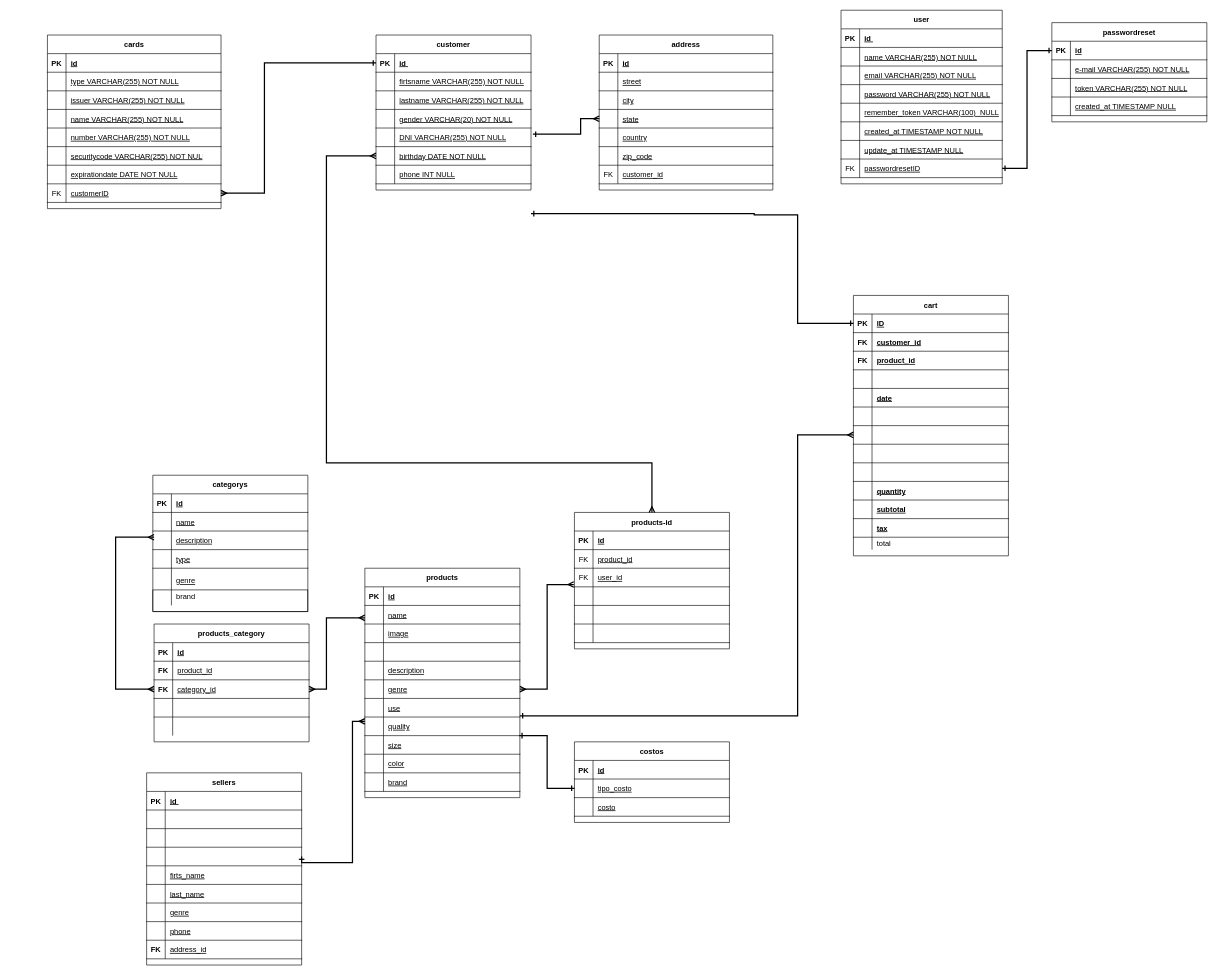
The draw.io diagram Untitled Diagram.drawio in canetemauricio/equipo11, before the edit. Source tidied: cells renumbered, new cells numbered last; positions are measured from the earlier drawing's top-left corner, leaving out a move shared by most shapes. Both pictures are drawn from the tidied source at 62%, with x=0, y=0 at pixel (47, 10).
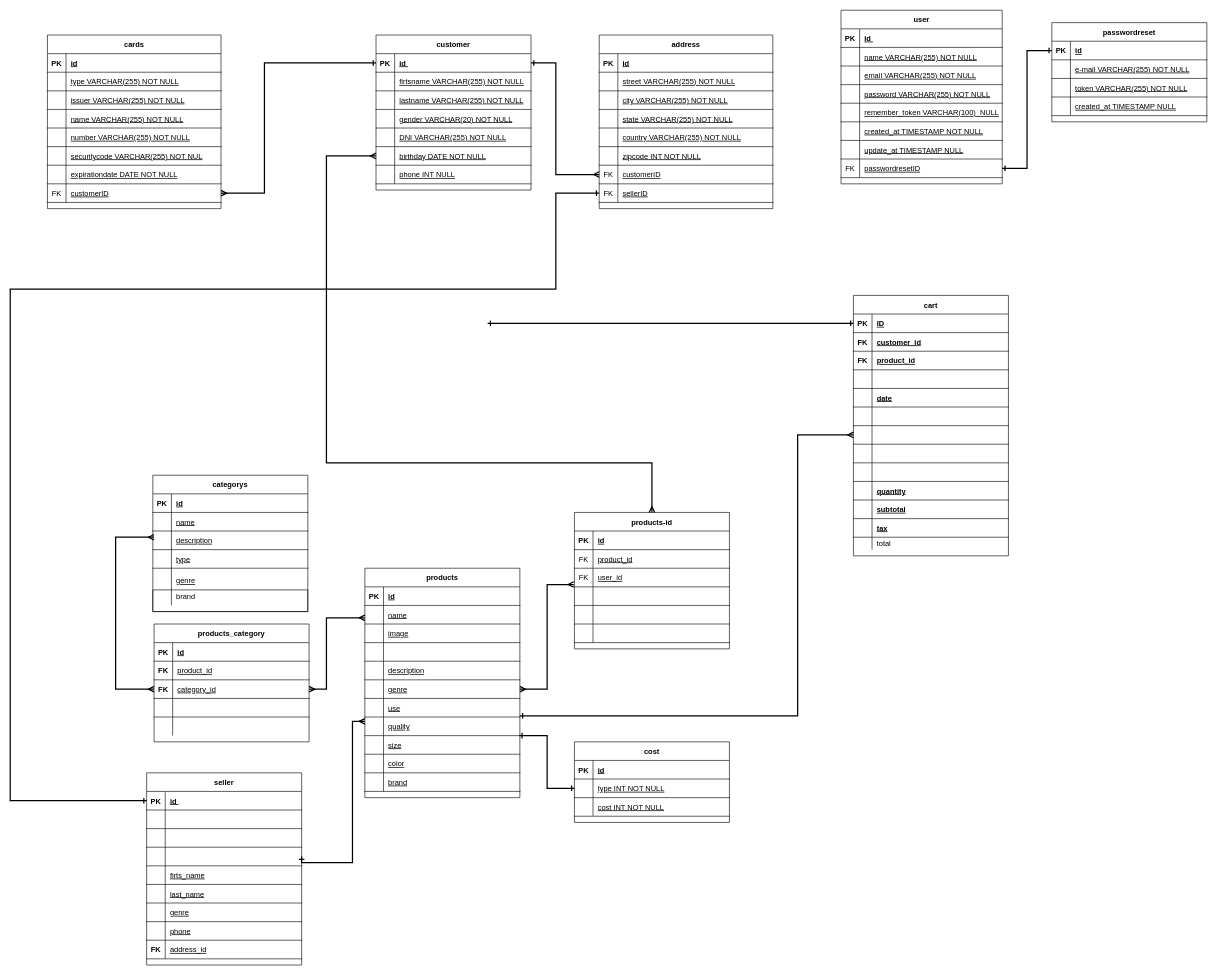
Above is the later version.

Unchanged cells that the change refers to:
```xml
<mxCell id="4" style="shape=partialRectangle;fillColor=none;points=[[0,0.5],[1,0.5]];portConstraint=eastwest;top=0;left=0;right=0;bottom=1;" parent="3" vertex="1">
  <mxGeometry y="30" width="250" height="30" as="geometry" />
</mxCell>
<mxCell id="60" style="shape=partialRectangle;fillColor=none;points=[[0,0.5],[1,0.5]];portConstraint=eastwest;top=0;left=0;right=0;bottom=1;" parent="59" vertex="1">
  <mxGeometry y="30" width="250" height="30" as="geometry" />
</mxCell>
<mxCell id="128" style="shape=partialRectangle;fillColor=none;top=0;left=0;right=0;bottom=1;fontStyle=0;" parent="124" vertex="1">
  <mxGeometry y="60" width="280" height="30" as="geometry" />
</mxCell>
<mxCell id="131" style="shape=partialRectangle;fillColor=none;top=0;left=0;right=0;bottom=1;fontStyle=0;" parent="124" vertex="1">
  <mxGeometry y="90" width="280" height="30" as="geometry" />
</mxCell>
<mxCell id="134" style="shape=partialRectangle;fillColor=none;points=[[0,0.5],[1,0.5]];portConstraint=eastwest;top=0;left=0;right=0;bottom=1;fontStyle=0;" parent="124" vertex="1">
  <mxGeometry y="120" width="280" height="30" as="geometry" />
</mxCell>
<mxCell id="137" style="shape=partialRectangle;fillColor=none;top=0;left=0;right=0;bottom=1;fontStyle=0;" parent="124" vertex="1">
  <mxGeometry y="150" width="280" height="30" as="geometry" />
</mxCell>
<mxCell id="140" style="shape=partialRectangle;fillColor=none;top=0;left=0;right=0;bottom=1;fontStyle=0;" parent="124" vertex="1">
  <mxGeometry y="180" width="280" height="30" as="geometry" />
</mxCell>
<mxCell id="143" style="shape=partialRectangle;fillColor=none;points=[[0,0.5],[1,0.5]];portConstraint=eastwest;top=0;left=0;right=0;bottom=1;fontStyle=0;" parent="124" vertex="1">
  <mxGeometry y="210" width="280" height="30" as="geometry" />
</mxCell>
<mxCell id="214" style="shape=partialRectangle;fillColor=none;points=[[0,0.5],[1,0.5]];portConstraint=eastwest;top=0;left=0;right=0;bottom=1;" parent="213" vertex="1">
  <mxGeometry y="30" width="250" height="30" as="geometry" />
</mxCell>
<mxCell id="285" style="shape=partialRectangle;fillColor=none;points=[[0,0.5],[1,0.5]];portConstraint=eastwest;top=0;left=0;right=0;bottom=1;" parent="281" vertex="1">
  <mxGeometry y="60" width="250" height="30" as="geometry" />
</mxCell>
<mxCell id="288" style="shape=partialRectangle;fillColor=none;top=0;left=0;right=0;bottom=1;fontStyle=0;" parent="281" vertex="1">
  <mxGeometry y="90" width="250" height="30" as="geometry" />
</mxCell>
```

What changed in the source:
```diff
@@
     <mxCell id="124" value="address" style="shape=table;startSize=30;childLayout=tableLayout;rowLines=0;fontStyle=1;align=center;" parent="1" vertex="1">
-      <mxGeometry x="890" y="40" width="280" height="250" as="geometry" />
+      <mxGeometry x="890" y="40" width="280" height="280" as="geometry" />
     </mxCell>
@@
-    <mxCell id="130" value="street" style="shape=partialRectangle;overflow=hidden;fillColor=none;top=0;left=0;bottom=0;right=0;align=left;spacingLeft=6;fontStyle=4;" parent="128" vertex="1">
+    <mxCell id="130" value="street VARCHAR(255) NOT NULL" style="shape=partialRectangle;overflow=hidden;fillColor=none;top=0;left=0;bottom=0;right=0;align=left;spacingLeft=6;fontStyle=4;" parent="128" vertex="1">
       <mxGeometry x="30" width="250" height="30" as="geometry" />
     </mxCell>
@@
-    <mxCell id="133" value="city" style="shape=partialRectangle;overflow=hidden;fillColor=none;top=0;left=0;bottom=0;right=0;align=left;spacingLeft=6;fontStyle=4;" parent="131" vertex="1">
+    <mxCell id="133" value="city VARCHAR(255) NOT NULL" style="shape=partialRectangle;overflow=hidden;fillColor=none;top=0;left=0;bottom=0;right=0;align=left;spacingLeft=6;fontStyle=4;" parent="131" vertex="1">
       <mxGeometry x="30" width="250" height="30" as="geometry" />
     </mxCell>
@@
-    <mxCell id="136" value="state" style="shape=partialRectangle;overflow=hidden;fillColor=none;top=0;left=0;bottom=0;right=0;align=left;spacingLeft=6;fontStyle=4;" parent="134" vertex="1">
+    <mxCell id="136" value="state VARCHAR(255) NOT NULL" style="shape=partialRectangle;overflow=hidden;fillColor=none;top=0;left=0;bottom=0;right=0;align=left;spacingLeft=6;fontStyle=4;" parent="134" vertex="1">
       <mxGeometry x="30" width="250" height="30" as="geometry" />
     </mxCell>
@@
-    <mxCell id="139" value="country" style="shape=partialRectangle;overflow=hidden;fillColor=none;top=0;left=0;bottom=0;right=0;align=left;spacingLeft=6;fontStyle=4;" parent="137" vertex="1">
+    <mxCell id="139" value="country VARCHAR(255) NOT NULL" style="shape=partialRectangle;overflow=hidden;fillColor=none;top=0;left=0;bottom=0;right=0;align=left;spacingLeft=6;fontStyle=4;" parent="137" vertex="1">
       <mxGeometry x="30" width="250" height="30" as="geometry" />
     </mxCell>
@@
-    <mxCell id="142" value="zip_code" style="shape=partialRectangle;overflow=hidden;fillColor=none;top=0;left=0;bottom=0;right=0;align=left;spacingLeft=6;fontStyle=4;" parent="140" vertex="1">
+    <mxCell id="142" value="zipcode INT NOT NULL" style="shape=partialRectangle;overflow=hidden;fillColor=none;top=0;left=0;bottom=0;right=0;align=left;spacingLeft=6;fontStyle=4;" parent="140" vertex="1">
       <mxGeometry x="30" width="250" height="30" as="geometry" />
     </mxCell>
@@
-    <mxCell id="145" value="customer_id" style="shape=partialRectangle;overflow=hidden;fillColor=none;top=0;left=0;bottom=0;right=0;align=left;spacingLeft=6;fontStyle=4;" parent="143" vertex="1">
+    <mxCell id="145" value="customerID" style="shape=partialRectangle;overflow=hidden;fillColor=none;top=0;left=0;bottom=0;right=0;align=left;spacingLeft=6;fontStyle=4;" parent="143" vertex="1">
       <mxGeometry x="30" width="250" height="30" as="geometry" />
     </mxCell>
+    <mxCell id="296" style="shape=partialRectangle;fillColor=none;points=[[0,0.5],[1,0.5]];portConstraint=eastwest;top=0;left=0;right=0;bottom=1;fontStyle=0;" parent="124" vertex="1">
+      <mxGeometry y="240" width="280" height="30" as="geometry" />
+    </mxCell>
+    <mxCell id="297" value="FK" style="shape=partialRectangle;overflow=hidden;fillColor=none;top=0;left=0;bottom=0;right=0;fontStyle=0;" parent="296" vertex="1">
+      <mxGeometry width="30" height="30" as="geometry" />
+    </mxCell>
+    <mxCell id="298" value="sellerID" style="shape=partialRectangle;overflow=hidden;fillColor=none;top=0;left=0;bottom=0;right=0;align=left;spacingLeft=6;fontStyle=4;" parent="296" vertex="1">
+      <mxGeometry x="30" width="250" height="30" as="geometry" />
+    </mxCell>
@@
-    <mxCell id="212" style="edgeStyle=orthogonalEdgeStyle;rounded=0;jettySize=auto;html=1;startArrow=ERmany;startFill=0;endArrow=ERone;endFill=0;strokeWidth=2;exitX=0;exitY=0.5;exitDx=0;exitDy=0;" parent="1" edge="1" source="134">
+    <mxCell id="212" style="edgeStyle=orthogonalEdgeStyle;rounded=0;jettySize=auto;html=1;startArrow=ERmany;startFill=0;endArrow=ERone;endFill=0;strokeWidth=2;exitX=0;exitY=0.5;exitDx=0;exitDy=0;entryX=1;entryY=0.5;entryDx=0;entryDy=0;" parent="1" edge="1" source="143" target="4">
       <mxGeometry relative="1" as="geometry">
-        <mxPoint x="783" y="200" as="targetPoint" />
         <Array as="points">
-          <mxPoint x="860" y="175" />
-          <mxPoint x="860" y="200" />
+          <mxPoint x="820" y="265" />
+          <mxPoint x="820" y="85" />
         </Array>
       </mxGeometry>
     </mxCell>
-    <mxCell id="213" value="sellers" style="shape=table;startSize=30;childLayout=tableLayout;rowLines=0;fontStyle=1;align=center;" parent="1" vertex="1">
+    <mxCell id="213" value="seller" style="shape=table;startSize=30;childLayout=tableLayout;rowLines=0;fontStyle=1;align=center;" parent="1" vertex="1">
       <mxGeometry x="160" y="1230" width="250" height="310" as="geometry" />
     </mxCell>
@@
-    <mxCell id="281" value="costos" style="shape=table;startSize=30;childLayout=tableLayout;rowLines=0;fontStyle=1;align=center;" parent="1" vertex="1">
+    <mxCell id="281" value="cost" style="shape=table;startSize=30;childLayout=tableLayout;rowLines=0;fontStyle=1;align=center;" parent="1" vertex="1">
       <mxGeometry x="850" y="1180" width="250" height="130" as="geometry" />
     </mxCell>
@@
-    <mxCell id="287" value="tipo_costo" style="shape=partialRectangle;overflow=hidden;fillColor=none;top=0;left=0;bottom=0;right=0;align=left;spacingLeft=6;fontStyle=4;" parent="285" vertex="1">
+    <mxCell id="287" value="type INT NOT NULL" style="shape=partialRectangle;overflow=hidden;fillColor=none;top=0;left=0;bottom=0;right=0;align=left;spacingLeft=6;fontStyle=4;" parent="285" vertex="1">
       <mxGeometry x="30" width="220" height="30" as="geometry" />
     </mxCell>
@@
-    <mxCell id="290" value="costo" style="shape=partialRectangle;overflow=hidden;fillColor=none;top=0;left=0;bottom=0;right=0;align=left;spacingLeft=6;fontStyle=4;" parent="288" vertex="1">
+    <mxCell id="290" value="cost INT NOT NULL" style="shape=partialRectangle;overflow=hidden;fillColor=none;top=0;left=0;bottom=0;right=0;align=left;spacingLeft=6;fontStyle=4;" parent="288" vertex="1">
       <mxGeometry x="30" width="220" height="30" as="geometry" />
     </mxCell>
@@
     <mxCell id="294" style="edgeStyle=orthogonalEdgeStyle;rounded=0;jettySize=auto;html=1;startArrow=ERone;startFill=0;endArrow=ERone;endFill=0;strokeWidth=2;exitX=0;exitY=0.5;exitDx=0;exitDy=0;" parent="1" edge="1" source="60">
       <mxGeometry relative="1" as="geometry">
-        <mxPoint x="780" y="328" as="targetPoint" />
+        <mxPoint x="710" y="505" as="targetPoint" />
         <Array as="points">
-          <mxPoint x="1210" y="505" />
-          <mxPoint x="1210" y="330" />
-          <mxPoint x="1140" y="330" />
-          <mxPoint x="1140" y="328" />
+          <mxPoint x="780" y="505" />
         </Array>
       </mxGeometry>
     </mxCell>
@@
+    <mxCell id="299" style="edgeStyle=orthogonalEdgeStyle;rounded=0;jettySize=auto;html=1;startArrow=ERone;startFill=0;endArrow=ERone;endFill=0;strokeWidth=2;exitX=0;exitY=0.5;exitDx=0;exitDy=0;entryX=0;entryY=0.5;entryDx=0;entryDy=0;" parent="1" edge="1" source="296" target="214">
+      <mxGeometry relative="1" as="geometry">
+        <Array as="points">
+          <mxPoint x="820" y="295" />
+          <mxPoint x="820" y="450" />
+          <mxPoint x="-60" y="450" />
+          <mxPoint x="-60" y="1275" />
+        </Array>
+      </mxGeometry>
+    </mxCell>
```
